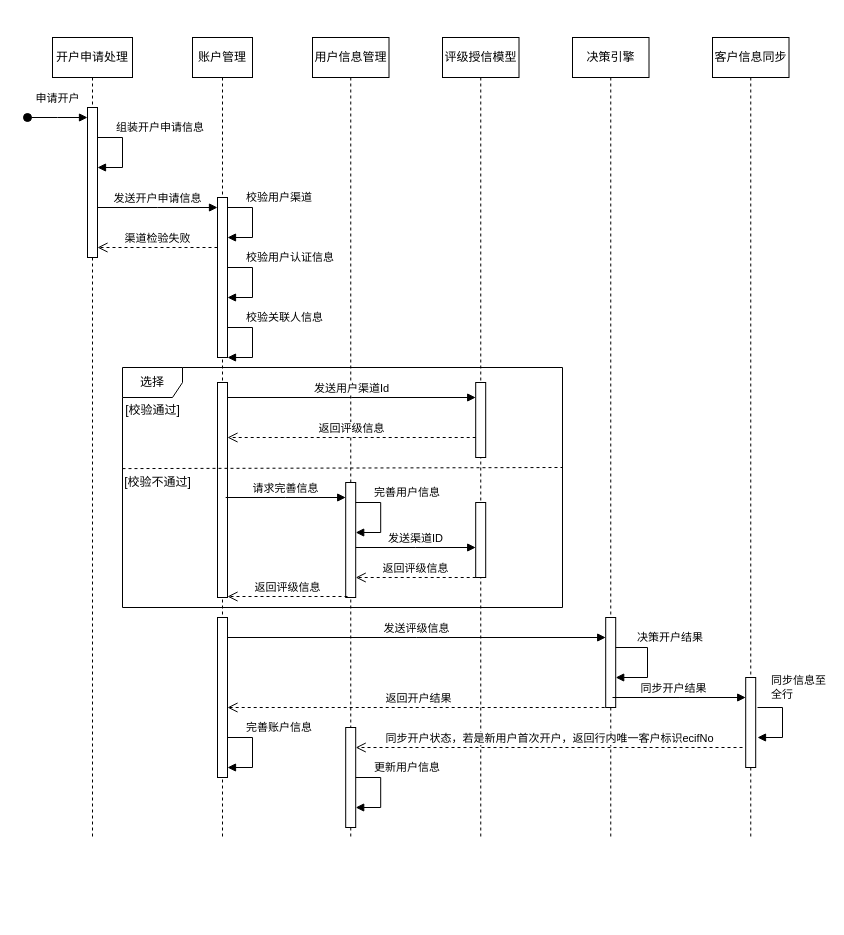
Before: 开户时序图.drawio in wuxiao-web/graduationThesis, a draw.io diagram. Source tidied: cells renumbered, new cells numbered last; positions are measured from the earlier drawing's top-left corner, leaving out a move shared by most shapes. Both pictures are drawn from the tidied source at 100%, with x=0, y=0 at pixel (27, 37).
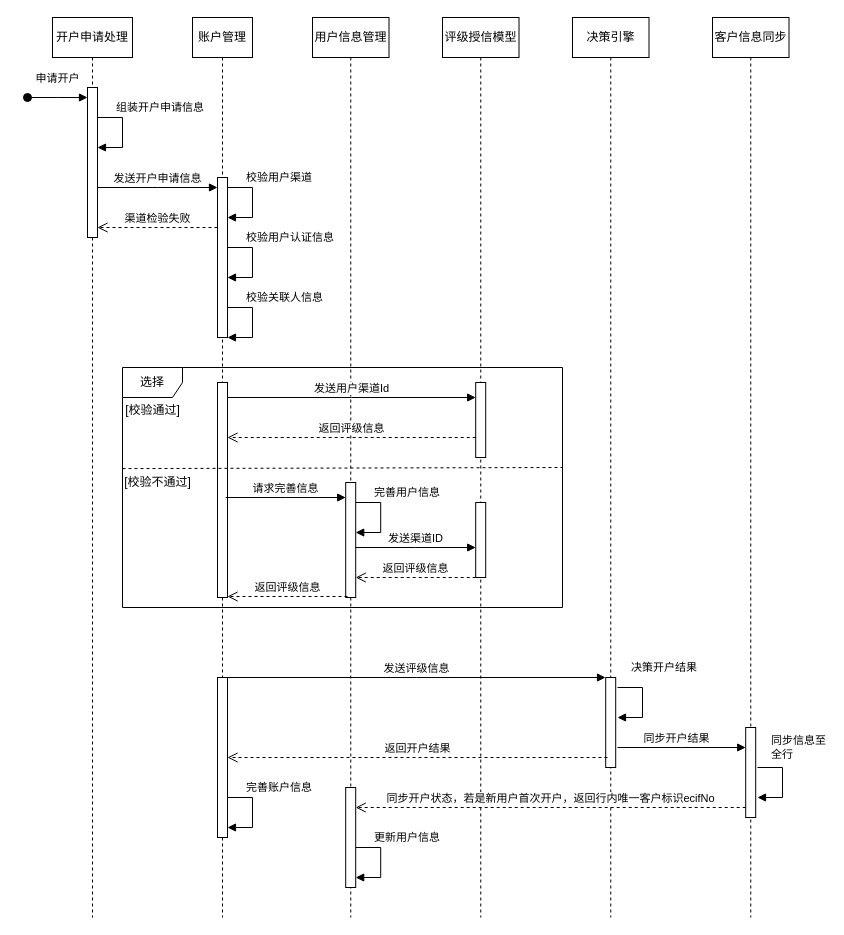
Above is the later version.

Commit message:
更新开户时序图.drawio

What changed in the source:
```diff
@@
     <mxCell id="2" value="开户申请处理" style="shape=umlLifeline;perimeter=lifelinePerimeter;whiteSpace=wrap;html=1;newEdgeStyle={&quot;edgeStyle&quot;:&quot;elbowEdgeStyle&quot;,&quot;elbow&quot;:&quot;vertical&quot;,&quot;curved&quot;:0,&quot;rounded&quot;:0};" parent="1" vertex="1">
-      <mxGeometry x="25" width="80" height="800" as="geometry" />
+      <mxGeometry x="25" y="-20" width="80" height="900" as="geometry" />
     </mxCell>
@@
     <mxCell id="5" value="账户管理" style="shape=umlLifeline;perimeter=lifelinePerimeter;whiteSpace=wrap;html=1;newEdgeStyle={&quot;edgeStyle&quot;:&quot;elbowEdgeStyle&quot;,&quot;elbow&quot;:&quot;vertical&quot;,&quot;curved&quot;:0,&quot;rounded&quot;:0};" parent="1" vertex="1">
-      <mxGeometry x="165" width="60" height="800" as="geometry" />
+      <mxGeometry x="165" y="-20" width="60" height="900" as="geometry" />
     </mxCell>
@@
     <mxCell id="7" style="html=1;perimeter=orthogonalPerimeter;targetShapes=umlLifeline;newEdgeStyle={&quot;edgeStyle&quot;:&quot;elbowEdgeStyle&quot;,&quot;elbow&quot;:&quot;vertical&quot;,&quot;curved&quot;:0,&quot;rounded&quot;:0};" parent="5" vertex="1">
-      <mxGeometry x="25" y="580" width="10" height="160" as="geometry" />
+      <mxGeometry x="25" y="660" width="10" height="160" as="geometry" />
     </mxCell>
     <mxCell id="8" value="用户信息管理" style="shape=umlLifeline;perimeter=lifelinePerimeter;whiteSpace=wrap;html=1;newEdgeStyle={&quot;edgeStyle&quot;:&quot;elbowEdgeStyle&quot;,&quot;elbow&quot;:&quot;vertical&quot;,&quot;curved&quot;:0,&quot;rounded&quot;:0};" parent="1" vertex="1">
-      <mxGeometry x="285" width="76.5" height="800" as="geometry" />
+      <mxGeometry x="285" y="-20" width="76.5" height="900" as="geometry" />
     </mxCell>
     <mxCell id="9" style="html=1;perimeter=orthogonalPerimeter;targetShapes=umlLifeline;newEdgeStyle={&quot;edgeStyle&quot;:&quot;elbowEdgeStyle&quot;,&quot;elbow&quot;:&quot;vertical&quot;,&quot;curved&quot;:0,&quot;rounded&quot;:0};" parent="8" vertex="1">
-      <mxGeometry x="33.2" y="690" width="10" height="100" as="geometry" />
+      <mxGeometry x="33.2" y="770" width="10" height="100" as="geometry" />
     </mxCell>
     <mxCell id="10" value="评级授信模型" style="shape=umlLifeline;perimeter=lifelinePerimeter;whiteSpace=wrap;html=1;newEdgeStyle={&quot;edgeStyle&quot;:&quot;elbowEdgeStyle&quot;,&quot;elbow&quot;:&quot;vertical&quot;,&quot;curved&quot;:0,&quot;rounded&quot;:0};" parent="1" vertex="1">
-      <mxGeometry x="415" width="76.5" height="800" as="geometry" />
+      <mxGeometry x="415" y="-20" width="76.5" height="900" as="geometry" />
     </mxCell>
     <mxCell id="11" value="决策引擎" style="shape=umlLifeline;perimeter=lifelinePerimeter;whiteSpace=wrap;html=1;newEdgeStyle={&quot;edgeStyle&quot;:&quot;elbowEdgeStyle&quot;,&quot;elbow&quot;:&quot;vertical&quot;,&quot;curved&quot;:0,&quot;rounded&quot;:0};" parent="1" vertex="1">
-      <mxGeometry x="545" width="76.5" height="800" as="geometry" />
+      <mxGeometry x="545" y="-20" width="76.5" height="900" as="geometry" />
     </mxCell>
     <mxCell id="12" style="html=1;points=[];perimeter=orthogonalPerimeter;outlineConnect=0;targetShapes=umlLifeline;portConstraint=eastwest;newEdgeStyle={&quot;edgeStyle&quot;:&quot;elbowEdgeStyle&quot;,&quot;elbow&quot;:&quot;vertical&quot;,&quot;curved&quot;:0,&quot;rounded&quot;:0};" parent="11" vertex="1">
-      <mxGeometry x="33.2" y="580" width="10" height="90" as="geometry" />
+      <mxGeometry x="33.2" y="660" width="10" height="90" as="geometry" />
     </mxCell>
-    <mxCell id="13" value="决策开户结果" style="html=1;align=left;spacingLeft=2;endArrow=block;rounded=0;edgeStyle=orthogonalEdgeStyle;curved=0;rounded=0;" parent="11" edge="1" source="12" target="12">
-      <mxGeometry x="-0.62" y="10" relative="1" as="geometry">
-        <Array as="points">
-          <mxPoint x="75" y="610" />
-          <mxPoint x="75" y="640" />
-        </Array>
-      </mxGeometry>
-    </mxCell>
     <mxCell id="14" value="客户信息同步" style="shape=umlLifeline;perimeter=lifelinePerimeter;whiteSpace=wrap;html=1;newEdgeStyle={&quot;edgeStyle&quot;:&quot;elbowEdgeStyle&quot;,&quot;elbow&quot;:&quot;vertical&quot;,&quot;curved&quot;:0,&quot;rounded&quot;:0};" parent="1" vertex="1">
-      <mxGeometry x="685" width="76.5" height="800" as="geometry" />
+      <mxGeometry x="685" y="-20" width="76.5" height="900" as="geometry" />
     </mxCell>
     <mxCell id="15" style="html=1;points=[];perimeter=orthogonalPerimeter;outlineConnect=0;targetShapes=umlLifeline;portConstraint=eastwest;newEdgeStyle={&quot;edgeStyle&quot;:&quot;elbowEdgeStyle&quot;,&quot;elbow&quot;:&quot;vertical&quot;,&quot;curved&quot;:0,&quot;rounded&quot;:0};" parent="14" vertex="1">
-      <mxGeometry x="33.2" y="640" width="10" height="90" as="geometry" />
+      <mxGeometry x="33.2" y="710" width="10" height="90" as="geometry" />
     </mxCell>
     <mxCell id="16" value="发送开户申请信息" style="html=1;verticalAlign=bottom;endArrow=block;edgeStyle=elbowEdgeStyle;elbow=vertical;curved=0;rounded=0;" parent="1" edge="1">
       <mxGeometry relative="1" as="geometry">
-        <mxPoint x="70" y="170" as="sourcePoint" />
-        <mxPoint x="190" y="170" as="targetPoint" />
+        <mxPoint x="70" y="150" as="sourcePoint" />
+        <mxPoint x="190" y="150" as="targetPoint" />
       </mxGeometry>
     </mxCell>
     <mxCell id="17" value="校验用户渠道" style="html=1;align=left;spacingLeft=2;endArrow=block;rounded=0;edgeStyle=orthogonalEdgeStyle;curved=0;rounded=0;" parent="1" edge="1">
       <mxGeometry x="-0.62" y="10" relative="1" as="geometry">
-        <mxPoint x="200" y="170" as="sourcePoint" />
-        <mxPoint x="200" y="200" as="targetPoint" />
+        <mxPoint x="200" y="150" as="sourcePoint" />
+        <mxPoint x="200" y="180" as="targetPoint" />
         <Array as="points">
-          <mxPoint x="225" y="170" />
-          <mxPoint x="225" y="200" />
+          <mxPoint x="225" y="150" />
+          <mxPoint x="225" y="180" />
         </Array>
       </mxGeometry>
     </mxCell>
     <mxCell id="18" value="校验用户认证信息" style="html=1;align=left;spacingLeft=2;endArrow=block;rounded=0;edgeStyle=orthogonalEdgeStyle;curved=0;rounded=0;" parent="1" edge="1">
       <mxGeometry x="-0.62" y="10" relative="1" as="geometry">
-        <mxPoint x="200" y="230" as="sourcePoint" />
-        <mxPoint x="200" y="260" as="targetPoint" />
+        <mxPoint x="200" y="210" as="sourcePoint" />
+        <mxPoint x="200" y="240" as="targetPoint" />
         <Array as="points">
-          <mxPoint x="225" y="230" />
-          <mxPoint x="225" y="260" />
+          <mxPoint x="225" y="210" />
+          <mxPoint x="225" y="240" />
         </Array>
       </mxGeometry>
     </mxCell>
     <mxCell id="19" value="校验关联人信息" style="html=1;align=left;spacingLeft=2;endArrow=block;rounded=0;edgeStyle=orthogonalEdgeStyle;curved=0;rounded=0;" parent="1" edge="1">
       <mxGeometry x="-0.62" y="10" relative="1" as="geometry">
-        <mxPoint x="200" y="290" as="sourcePoint" />
-        <mxPoint x="200" y="320" as="targetPoint" />
+        <mxPoint x="200" y="270" as="sourcePoint" />
+        <mxPoint x="200" y="300" as="targetPoint" />
         <Array as="points">
-          <mxPoint x="225" y="290" />
-          <mxPoint x="225" y="320" />
+          <mxPoint x="225" y="270" />
+          <mxPoint x="225" y="300" />
         </Array>
       </mxGeometry>
     </mxCell>
@@
     <mxCell id="25" value="渠道检验失败" style="html=1;verticalAlign=bottom;endArrow=open;dashed=1;endSize=8;edgeStyle=elbowEdgeStyle;elbow=vertical;curved=0;rounded=0;" parent="1" edge="1">
       <mxGeometry relative="1" as="geometry">
-        <mxPoint x="190" y="210" as="sourcePoint" />
-        <mxPoint x="70" y="210" as="targetPoint" />
+        <mxPoint x="190" y="190" as="sourcePoint" />
+        <mxPoint x="70" y="190" as="targetPoint" />
       </mxGeometry>
     </mxCell>
@@
-    <mxCell id="36" value="发送评级信息" style="html=1;verticalAlign=bottom;endArrow=block;edgeStyle=elbowEdgeStyle;elbow=vertical;curved=0;rounded=0;" parent="1" edge="1" target="12">
+    <mxCell id="36" value="发送评级信息" style="html=1;verticalAlign=bottom;endArrow=block;edgeStyle=elbowEdgeStyle;elbow=vertical;curved=0;rounded=0;" parent="1" edge="1">
       <mxGeometry relative="1" as="geometry">
-        <mxPoint x="200.2" y="600" as="sourcePoint" />
+        <mxPoint x="200" y="640" as="sourcePoint" />
+        <mxPoint x="578" y="640" as="targetPoint" />
       </mxGeometry>
     </mxCell>
     <mxCell id="37" value="同步开户结果" style="html=1;verticalAlign=bottom;endArrow=block;edgeStyle=elbowEdgeStyle;elbow=vertical;curved=0;rounded=0;" parent="1" edge="1">
       <mxGeometry x="-0.08" relative="1" as="geometry">
-        <mxPoint x="585" y="660" as="sourcePoint" />
-        <mxPoint x="718.2" y="660" as="targetPoint" />
+        <mxPoint x="590" y="710" as="sourcePoint" />
+        <mxPoint x="718.2" y="710" as="targetPoint" />
       </mxGeometry>
     </mxCell>
     <mxCell id="38" value="返回开户结果" style="html=1;verticalAlign=bottom;endArrow=open;dashed=1;endSize=8;edgeStyle=elbowEdgeStyle;elbow=vertical;curved=0;rounded=0;" parent="1" edge="1">
       <mxGeometry relative="1" as="geometry">
-        <mxPoint x="583.2" y="670" as="sourcePoint" />
-        <mxPoint x="200" y="670" as="targetPoint" />
+        <mxPoint x="580" y="720" as="sourcePoint" />
+        <mxPoint x="200" y="720" as="targetPoint" />
       </mxGeometry>
     </mxCell>
-    <mxCell id="39" value="同步开户状态，若是新用户首次开户，返回行内唯一客户标识ecifNo" style="html=1;verticalAlign=bottom;endArrow=open;dashed=1;endSize=8;edgeStyle=elbowEdgeStyle;elbow=vertical;curved=0;rounded=0;" parent="1" edge="1">
+    <mxCell id="39" value="同步开户状态，若是新用户首次开户，返回行内唯一客户标识ecifNo" style="html=1;verticalAlign=bottom;endArrow=open;endSize=8;edgeStyle=elbowEdgeStyle;elbow=vertical;curved=0;rounded=0;dashed=1;" parent="1" edge="1" source="15">
       <mxGeometry relative="1" as="geometry">
-        <mxPoint x="715" y="710" as="sourcePoint" />
-        <mxPoint x="328.2" y="710" as="targetPoint" />
+        <mxPoint x="328.2" y="770" as="targetPoint" />
       </mxGeometry>
     </mxCell>
     <mxCell id="40" value="更新用户信息" style="html=1;align=left;spacingLeft=2;endArrow=block;rounded=0;edgeStyle=orthogonalEdgeStyle;curved=0;rounded=0;" parent="1" edge="1">
       <mxGeometry x="-0.62" y="10" relative="1" as="geometry">
-        <mxPoint x="328.2" y="740" as="sourcePoint" />
-        <mxPoint x="328.2" y="770" as="targetPoint" />
+        <mxPoint x="328.2" y="810" as="sourcePoint" />
+        <mxPoint x="328.2" y="840" as="targetPoint" />
         <Array as="points">
-          <mxPoint x="353.2" y="740" />
-          <mxPoint x="353.2" y="770" />
+          <mxPoint x="353.2" y="810" />
+          <mxPoint x="353.2" y="840" />
         </Array>
       </mxGeometry>
     </mxCell>
     <mxCell id="41" value="完善账户信息" style="html=1;align=left;spacingLeft=2;endArrow=block;rounded=0;edgeStyle=orthogonalEdgeStyle;curved=0;rounded=0;" parent="1" edge="1">
       <mxGeometry x="-0.62" y="10" relative="1" as="geometry">
-        <mxPoint x="200" y="700" as="sourcePoint" />
-        <mxPoint x="200" y="730" as="targetPoint" />
+        <mxPoint x="200" y="760" as="sourcePoint" />
+        <mxPoint x="200" y="790" as="targetPoint" />
         <Array as="points">
-          <mxPoint x="225" y="700" />
-          <mxPoint x="225" y="730" />
+          <mxPoint x="225" y="760" />
+          <mxPoint x="225" y="790" />
         </Array>
       </mxGeometry>
     </mxCell>
     <mxCell id="42" value="同步信息至&lt;br&gt;全行" style="html=1;align=left;spacingLeft=2;endArrow=block;rounded=0;edgeStyle=orthogonalEdgeStyle;curved=0;rounded=0;" parent="1" edge="1">
       <mxGeometry x="-0.75" y="20" relative="1" as="geometry">
-        <mxPoint x="730" y="670" as="sourcePoint" />
-        <mxPoint x="730" y="700" as="targetPoint" />
+        <mxPoint x="730" y="730" as="sourcePoint" />
+        <mxPoint x="730" y="760" as="targetPoint" />
         <Array as="points">
-          <mxPoint x="755" y="670" />
-          <mxPoint x="755" y="700" />
+          <mxPoint x="755" y="730" />
+          <mxPoint x="755" y="760" />
         </Array>
       </mxGeometry>
     </mxCell>
     <mxCell id="43" value="申请开户" style="html=1;verticalAlign=bottom;startArrow=oval;startFill=1;endArrow=block;startSize=8;edgeStyle=elbowEdgeStyle;elbow=vertical;curved=0;rounded=0;" parent="1" edge="1">
       <mxGeometry y="10" relative="1" as="geometry">
-        <mxPoint y="80" as="sourcePoint" />
-        <mxPoint x="60" y="80" as="targetPoint" />
+        <mxPoint y="60" as="sourcePoint" />
+        <mxPoint x="60" y="60" as="targetPoint" />
       </mxGeometry>
     </mxCell>
+    <mxCell id="13" value="决策开户结果" style="html=1;align=left;spacingLeft=2;endArrow=block;rounded=0;edgeStyle=orthogonalEdgeStyle;curved=0;rounded=0;" parent="1" edge="1">
+      <mxGeometry x="-0.75" y="20" relative="1" as="geometry">
+        <mxPoint x="590" y="650" as="sourcePoint" />
+        <mxPoint x="590" y="680" as="targetPoint" />
+        <Array as="points">
+          <mxPoint x="615" y="650" />
+          <mxPoint x="615" y="680" />
+        </Array>
+      </mxGeometry>
+    </mxCell>
```
